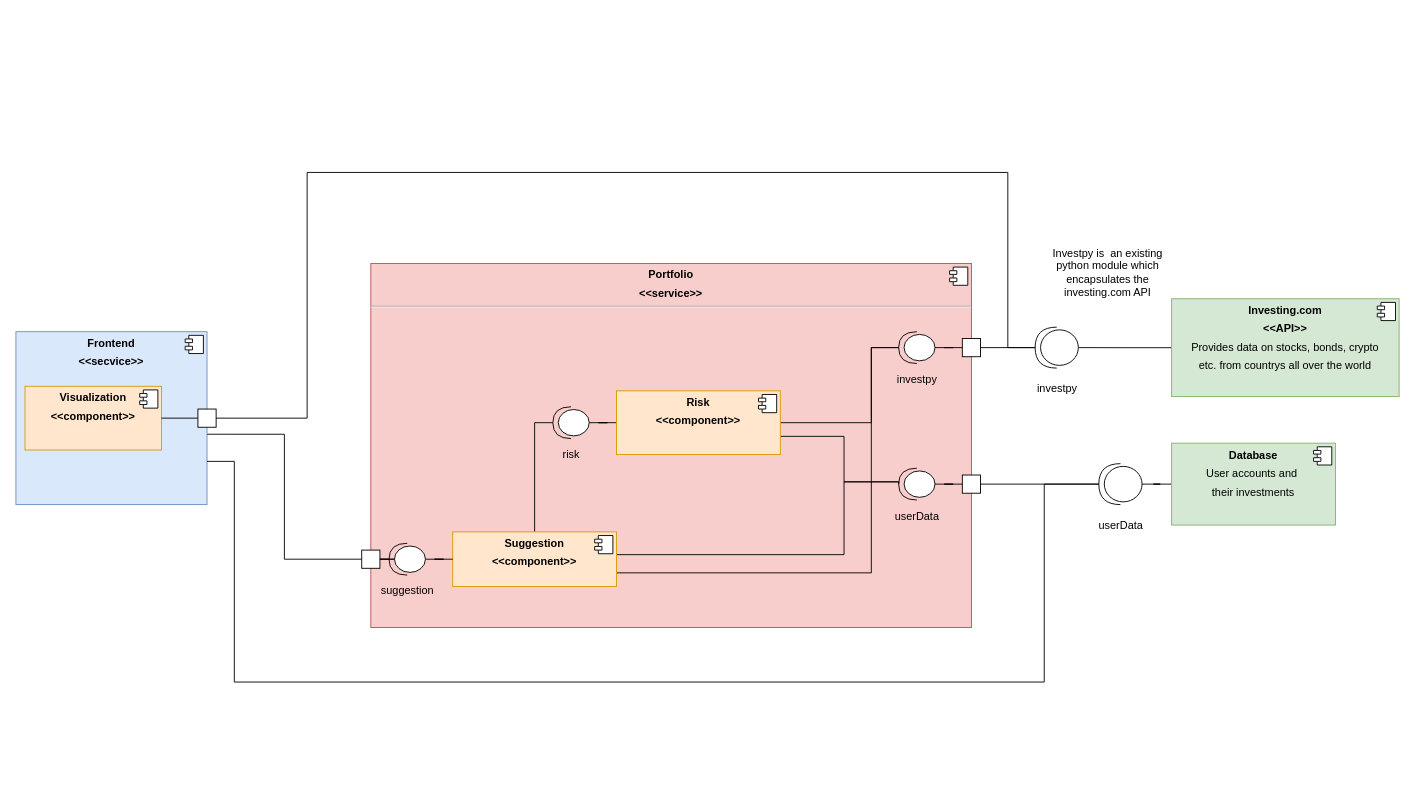
The draw.io diagram UML/component.drawio in tkBischoff/PyFolio, before the edit. Source tidied: cells renumbered, new cells numbered last; positions are measured from the earlier drawing's top-left corner, leaving out a move shared by most shapes. Both pictures are drawn from the tidied source at 91%, with x=0, y=0 at pixel (15, 172).
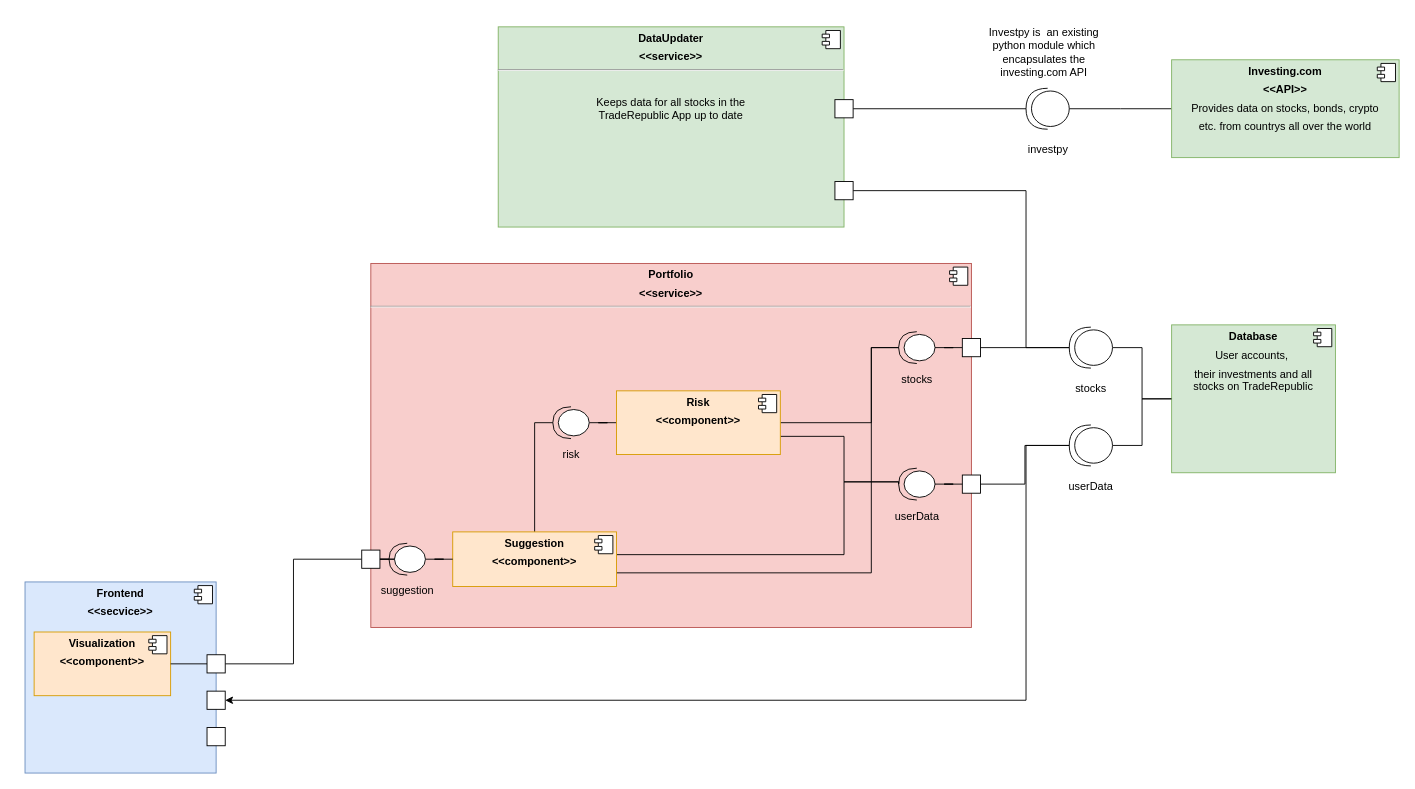
Above is the later version.

The change refers to these unchanged cells:
```xml
<mxCell id="42" style="whiteSpace=wrap;html=1;" parent="1" vertex="1">
  <mxGeometry x="380" y="415" width="20" height="20" as="geometry" />
</mxCell>
```

The edit, as a diff of the source:
```diff
@@
     <mxCell id="5" value="&lt;p style=&quot;margin:0px;margin-top:6px;text-align:center;&quot;&gt;&lt;b&gt;Investing.com&lt;/b&gt;&lt;/p&gt;&lt;p style=&quot;margin:0px;margin-top:6px;text-align:center;&quot;&gt;&lt;b&gt;&amp;lt;&amp;lt;API&amp;gt;&amp;gt;&lt;/b&gt;&lt;/p&gt;&lt;p style=&quot;margin:0px;margin-top:6px;text-align:center;&quot;&gt;Provides data on stocks, bonds, crypto&lt;/p&gt;&lt;p style=&quot;margin:0px;margin-top:6px;text-align:center;&quot;&gt;etc. from countrys all over the world&lt;/p&gt;&lt;p style=&quot;margin:0px;margin-left:8px;&quot;&gt;&lt;br&gt;&lt;/p&gt;" style="align=left;overflow=fill;html=1;fillColor=#d5e8d4;strokeColor=#82b366;" parent="1" vertex="1">
-      <mxGeometry x="1270" y="138.8" width="250" height="107.5" as="geometry" />
+      <mxGeometry x="1270" y="-123.8" width="250" height="107.5" as="geometry" />
     </mxCell>
@@
-    <mxCell id="8" style="edgeStyle=orthogonalEdgeStyle;rounded=0;jettySize=auto;html=1;entryX=1;entryY=0.5;entryDx=0;entryDy=0;endArrow=none;endFill=0;" parent="1" edge="1" source="9" target="10">
-      <mxGeometry relative="1" as="geometry">
-        <Array as="points">
-          <mxPoint x="1090" y="193" />
-          <mxPoint x="1090" />
-          <mxPoint x="320" />
-          <mxPoint x="320" y="270" />
-        </Array>
-      </mxGeometry>
-    </mxCell>
     <mxCell id="9" value="investpy" style="shape=providedRequiredInterface;html=1;verticalLabelPosition=bottom;sketch=0;rotation=0;direction=west;" parent="1" vertex="1">
-      <mxGeometry x="1120" y="170" width="47.5" height="45" as="geometry" />
+      <mxGeometry x="1110" y="-92.5" width="47.5" height="45" as="geometry" />
     </mxCell>
     <mxCell id="10" value="&lt;p style=&quot;margin: 6px 0px 0px;&quot;&gt;&lt;b&gt;Frontend&lt;/b&gt;&lt;/p&gt;&lt;p style=&quot;margin: 6px 0px 0px;&quot;&gt;&lt;b&gt;&amp;lt;&amp;lt;secvice&amp;gt;&amp;gt;&lt;/b&gt;&lt;/p&gt;" style="align=center;overflow=fill;html=1;fillColor=#dae8fc;strokeColor=#6c8ebf;verticalAlign=middle;" parent="1" vertex="1">
-      <mxGeometry y="175" width="210" height="190" as="geometry" />
+      <mxGeometry x="10" y="450" width="210" height="210" as="geometry" />
     </mxCell>
@@
     <mxCell id="17" value="&lt;p style=&quot;margin:0px;margin-top:6px;text-align:center;&quot;&gt;&lt;b&gt;Visualization&lt;/b&gt;&lt;/p&gt;&lt;p style=&quot;margin:0px;margin-top:6px;text-align:center;&quot;&gt;&lt;b&gt;&amp;lt;&amp;lt;component&amp;gt;&amp;gt;&lt;/b&gt;&lt;/p&gt;" style="align=left;overflow=fill;html=1;fillColor=#ffe6cc;strokeColor=#d79b00;" parent="1" vertex="1">
-      <mxGeometry x="10" y="235" width="150" height="70" as="geometry" />
+      <mxGeometry x="20" y="505" width="150" height="70" as="geometry" />
     </mxCell>
@@
-    <mxCell id="26" style="whiteSpace=wrap;html=1;" parent="1" vertex="1">
-      <mxGeometry x="1040" y="182.5" width="20" height="20" as="geometry" />
-    </mxCell>
+    <mxCell id="45" style="edgeStyle=orthogonalEdgeStyle;rounded=0;jettySize=auto;html=1;entryX=0;entryY=0.5;entryDx=0;entryDy=0;endArrow=none;endFill=0;" parent="1" edge="1" source="29" target="31">
+      <mxGeometry relative="1" as="geometry" />
+    </mxCell>
@@
-    <mxCell id="28" style="edgeStyle=orthogonalEdgeStyle;rounded=0;jettySize=auto;html=1;entryX=1;entryY=0.75;entryDx=0;entryDy=0;endArrow=none;endFill=0;" parent="1" edge="1" source="29" target="10">
-      <mxGeometry relative="1" as="geometry">
-        <Array as="points">
-          <mxPoint x="1130" y="343" />
-          <mxPoint x="1130" y="560" />
-          <mxPoint x="240" y="560" />
-          <mxPoint x="240" y="318" />
-        </Array>
-      </mxGeometry>
-    </mxCell>
+    <mxCell id="46" style="edgeStyle=orthogonalEdgeStyle;rounded=0;jettySize=auto;html=1;entryX=1;entryY=0.5;entryDx=0;entryDy=0;" parent="1" edge="1" source="29" target="57">
+      <mxGeometry relative="1" as="geometry">
+        <Array as="points">
+          <mxPoint x="1110" y="300" />
+          <mxPoint x="1110" y="580" />
+        </Array>
+      </mxGeometry>
+    </mxCell>
     <mxCell id="29" value="userData" style="shape=providedRequiredInterface;html=1;verticalLabelPosition=bottom;sketch=0;rotation=0;direction=west;" parent="1" vertex="1">
-      <mxGeometry x="1190" y="320" width="47.5" height="45" as="geometry" />
+      <mxGeometry x="1157.5" y="277.5" width="47.5" height="45" as="geometry" />
     </mxCell>
-    <mxCell id="30" style="edgeStyle=orthogonalEdgeStyle;rounded=0;jettySize=auto;html=1;entryX=0;entryY=0.5;entryDx=0;entryDy=0;entryPerimeter=0;endArrow=none;endFill=0;" parent="1" edge="1" source="31" target="29">
-      <mxGeometry relative="1" as="geometry" />
-    </mxCell>
-    <mxCell id="31" value="&lt;p style=&quot;margin:0px;margin-top:6px;text-align:center;&quot;&gt;&lt;b&gt;Database&lt;/b&gt;&lt;/p&gt;&lt;p style=&quot;margin:0px;margin-top:6px;text-align:center;&quot;&gt;User accounts and&amp;nbsp;&lt;/p&gt;&lt;p style=&quot;margin:0px;margin-top:6px;text-align:center;&quot;&gt;their investments&lt;/p&gt;" style="align=left;overflow=fill;html=1;fillColor=#d5e8d4;strokeColor=#82b366;" parent="1" vertex="1">
-      <mxGeometry x="1270" y="297.5" width="180" height="90" as="geometry" />
+    <mxCell id="31" value="&lt;p style=&quot;margin:0px;margin-top:6px;text-align:center;&quot;&gt;&lt;b&gt;Database&lt;/b&gt;&lt;/p&gt;&lt;p style=&quot;margin:0px;margin-top:6px;text-align:center;&quot;&gt;User accounts,&amp;nbsp;&lt;/p&gt;&lt;p style=&quot;margin:0px;margin-top:6px;text-align:center;&quot;&gt;their investments and all&lt;br&gt;stocks on TradeRepublic&lt;/p&gt;" style="align=left;overflow=fill;html=1;fillColor=#d5e8d4;strokeColor=#82b366;" parent="1" vertex="1">
+      <mxGeometry x="1270" y="167.5" width="180" height="162.5" as="geometry" />
     </mxCell>
@@
     <mxCell id="33" value="Investpy is&amp;nbsp; an existing python module which encapsulates the investing.com API" style="text;html=1;strokeColor=none;fillColor=none;align=center;verticalAlign=middle;whiteSpace=wrap;rounded=0;" parent="1" vertex="1">
-      <mxGeometry x="1130" y="70" width="140" height="80" as="geometry" />
+      <mxGeometry x="1060" y="-172.5" width="140" height="80" as="geometry" />
     </mxCell>
-    <mxCell id="34" style="edgeStyle=orthogonalEdgeStyle;rounded=0;jettySize=auto;html=1;entryX=0;entryY=0.5;entryDx=0;entryDy=0;endArrow=none;endFill=0;" parent="1" edge="1" source="35" target="26">
-      <mxGeometry relative="1" as="geometry" />
-    </mxCell>
+    <mxCell id="47" style="edgeStyle=orthogonalEdgeStyle;rounded=0;jettySize=auto;html=1;entryX=0;entryY=0.5;entryDx=0;entryDy=0;endArrow=none;endFill=0;" parent="1" edge="1" source="35" target="50">
+      <mxGeometry relative="1" as="geometry" />
+    </mxCell>
-    <mxCell id="35" value="investpy" style="shape=providedRequiredInterface;html=1;verticalLabelPosition=bottom;sketch=0;direction=west;" parent="1" vertex="1">
+    <mxCell id="35" value="stocks" style="shape=providedRequiredInterface;html=1;verticalLabelPosition=bottom;sketch=0;direction=west;" parent="1" vertex="1">
       <mxGeometry x="970" y="175" width="40" height="35" as="geometry" />
     </mxCell>
@@
-    <mxCell id="41" style="edgeStyle=orthogonalEdgeStyle;rounded=0;jettySize=auto;html=1;entryX=1.001;entryY=0.593;entryDx=0;entryDy=0;entryPerimeter=0;endArrow=none;endFill=0;" parent="1" edge="1" source="42" target="10">
+    <mxCell id="41" style="edgeStyle=orthogonalEdgeStyle;rounded=0;jettySize=auto;html=1;endArrow=none;endFill=0;entryX=1;entryY=0.5;entryDx=0;entryDy=0;" parent="1" edge="1" source="42" target="44">
       <mxGeometry relative="1" as="geometry" />
     </mxCell>
@@
     <mxCell id="44" style="whiteSpace=wrap;html=1;" parent="1" vertex="1">
-      <mxGeometry x="200" y="260" width="20" height="20" as="geometry" />
+      <mxGeometry x="210" y="530" width="20" height="20" as="geometry" />
     </mxCell>
+    <mxCell id="48" value="&lt;p style=&quot;margin:0px;margin-top:6px;text-align:center;&quot;&gt;&lt;b&gt;DataUpdater&lt;/b&gt;&lt;/p&gt;&lt;p style=&quot;margin:0px;margin-top:6px;text-align:center;&quot;&gt;&lt;b&gt;&amp;lt;&amp;lt;service&amp;gt;&amp;gt;&lt;/b&gt;&lt;/p&gt;&lt;hr&gt;&lt;p style=&quot;margin:0px;margin-left:8px;&quot;&gt;&lt;br&gt;&lt;/p&gt;" style="align=left;overflow=fill;html=1;fillColor=#d5e8d4;strokeColor=#82b366;" parent="1" vertex="1">
+      <mxGeometry x="530" y="-160" width="380" height="220" as="geometry" />
+    </mxCell>
+    <mxCell id="49" style="shape=component;jettyWidth=8;jettyHeight=4;" parent="48" vertex="1">
+      <mxGeometry x="1" width="20" height="20" relative="1" as="geometry">
+        <mxPoint x="-24" y="4" as="offset" />
+      </mxGeometry>
+    </mxCell>
+    <mxCell id="26" style="whiteSpace=wrap;html=1;" parent="1" vertex="1">
+      <mxGeometry x="900" y="-80" width="20" height="20" as="geometry" />
+    </mxCell>
+    <mxCell id="50" style="whiteSpace=wrap;html=1;" parent="1" vertex="1">
+      <mxGeometry x="1040" y="182.5" width="20" height="20" as="geometry" />
+    </mxCell>
+    <mxCell id="51" style="edgeStyle=orthogonalEdgeStyle;rounded=0;jettySize=auto;html=1;endArrow=none;endFill=0;" parent="1" edge="1" source="54" target="31">
+      <mxGeometry relative="1" as="geometry" />
+    </mxCell>
+    <mxCell id="52" style="edgeStyle=orthogonalEdgeStyle;rounded=0;jettySize=auto;html=1;entryX=1;entryY=0.5;entryDx=0;entryDy=0;endArrow=none;endFill=0;" parent="1" edge="1" source="54" target="50">
+      <mxGeometry relative="1" as="geometry" />
+    </mxCell>
+    <mxCell id="53" style="edgeStyle=orthogonalEdgeStyle;rounded=0;jettySize=auto;html=1;entryX=1;entryY=0.5;entryDx=0;entryDy=0;endArrow=none;endFill=0;" parent="1" edge="1" source="54" target="55">
+      <mxGeometry relative="1" as="geometry">
+        <Array as="points">
+          <mxPoint x="1110" y="192" />
+          <mxPoint x="1110" y="20" />
+        </Array>
+      </mxGeometry>
+    </mxCell>
+    <mxCell id="54" value="stocks" style="shape=providedRequiredInterface;html=1;verticalLabelPosition=bottom;sketch=0;rotation=0;direction=west;" parent="1" vertex="1">
+      <mxGeometry x="1157.5" y="170" width="47.5" height="45" as="geometry" />
+    </mxCell>
+    <mxCell id="55" style="whiteSpace=wrap;html=1;" parent="1" vertex="1">
+      <mxGeometry x="900" y="10" width="20" height="20" as="geometry" />
+    </mxCell>
+    <mxCell id="56" value="Keeps data for all stocks in the TradeRepublic App up to date" style="text;html=1;strokeColor=none;fillColor=none;align=center;verticalAlign=middle;whiteSpace=wrap;rounded=0;" parent="1" vertex="1">
+      <mxGeometry x="630" y="-85" width="180" height="30" as="geometry" />
+    </mxCell>
+    <mxCell id="57" style="whiteSpace=wrap;html=1;" parent="1" vertex="1">
+      <mxGeometry x="210" y="570" width="20" height="20" as="geometry" />
+    </mxCell>
+    <mxCell id="58" style="whiteSpace=wrap;html=1;" parent="1" vertex="1">
+      <mxGeometry x="210" y="610" width="20" height="20" as="geometry" />
+    </mxCell>
```
